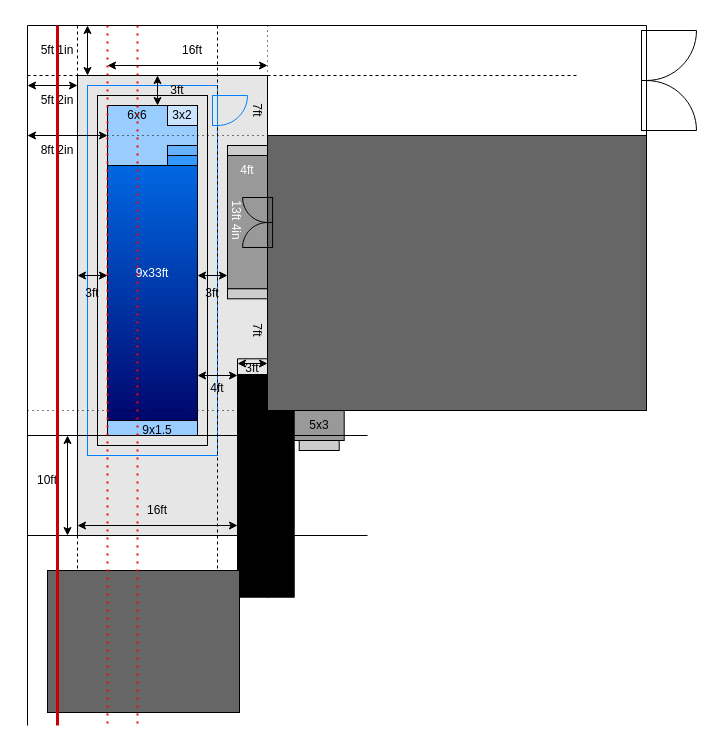
hikumealan/draw-io-diagrams keeps this draw.io diagram as PoolPlan.drawio. Above is the earlier version. Source tidied: cells renumbered, new cells numbered last; positions are measured from the earlier drawing's top-left corner, leaving out a move shared by most shapes. Both pictures are drawn from the tidied source at 100%, with x=0, y=0 at pixel (17, 25).
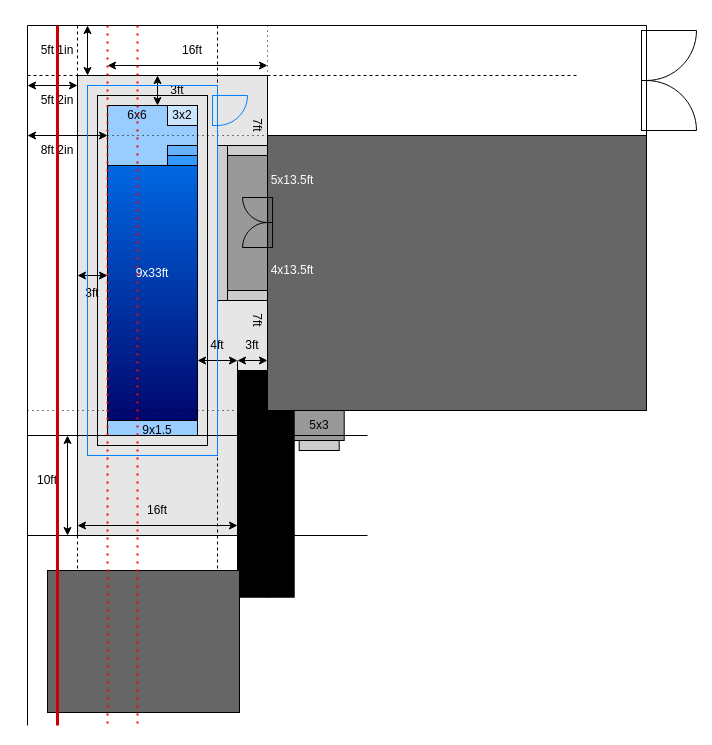
The same diagram, later.

Change to the diagram source:
```diff
@@
     <mxCell id="3" style="rounded=0;whiteSpace=wrap;html=1;fillColor=#999999;gradientColor=none;" parent="1" vertex="1">
-      <mxGeometry x="210" y="130" width="40" height="133.3" as="geometry" />
+      <mxGeometry x="210" y="130" width="40" height="135" as="geometry" />
     </mxCell>
     <mxCell id="4" style="rounded=0;whiteSpace=wrap;html=1;fillColor=#CCCCCC;gradientColor=none;" parent="1" vertex="1">
-      <mxGeometry x="210" y="263.3" width="40" height="10" as="geometry" />
+      <mxGeometry x="210" y="265" width="40" height="10" as="geometry" />
     </mxCell>
@@
-    <mxCell id="6" style="rounded=0;whiteSpace=wrap;html=1;fontColor=#FFFFFF;fillColor=none;gradientColor=none;strokeColor=#007FFF;" parent="1" vertex="1">
-      <mxGeometry x="70" y="60" width="130" height="370" as="geometry" />
-    </mxCell>
@@
-    <mxCell id="21" value="&lt;font color=&quot;#ffffff&quot;&gt;13ft 4in&lt;/font&gt;" style="text;html=1;strokeColor=none;fillColor=none;align=center;verticalAlign=middle;whiteSpace=wrap;rounded=0;rotation=90;" parent="1" vertex="1">
-      <mxGeometry x="189" y="180" width="60" height="30" as="geometry" />
-    </mxCell>
@@
     <mxCell id="23" style="endArrow=none;html=1;rounded=0;" parent="1" edge="1">
       <mxGeometry relative="1" as="geometry">
-        <mxPoint x="220" y="333.3" as="sourcePoint" />
-        <mxPoint x="250" y="333.3" as="targetPoint" />
+        <mxPoint x="220" y="345" as="sourcePoint" />
+        <mxPoint x="250" y="345" as="targetPoint" />
       </mxGeometry>
     </mxCell>
@@
     <mxCell id="25" style="endArrow=none;html=1;rounded=0;" parent="1" edge="1">
       <mxGeometry relative="1" as="geometry">
-        <mxPoint x="220" y="333.3" as="sourcePoint" />
+        <mxPoint x="220" y="335" as="sourcePoint" />
         <mxPoint x="220" y="510" as="targetPoint" />
       </mxGeometry>
     </mxCell>
     <mxCell id="26" value="7ft" style="text;html=1;strokeColor=none;fillColor=none;align=center;verticalAlign=middle;whiteSpace=wrap;rounded=0;rotation=90;" parent="1" vertex="1">
-      <mxGeometry x="210" y="70" width="60" height="30" as="geometry" />
+      <mxGeometry x="210" y="85" width="60" height="30" as="geometry" />
     </mxCell>
@@
     <mxCell id="42" style="rounded=0;whiteSpace=wrap;html=1;fontColor=#FFFFFF;strokeColor=#000000;fillColor=#000000;gradientColor=none;" parent="1" vertex="1">
-      <mxGeometry x="220" y="349" width="30" height="222.7" as="geometry" />
+      <mxGeometry x="220" y="345" width="30" height="226.7" as="geometry" />
     </mxCell>
@@
     <mxCell id="51" value="7ft" style="text;html=1;strokeColor=none;fillColor=none;align=center;verticalAlign=middle;whiteSpace=wrap;rounded=0;rotation=90;" parent="1" vertex="1">
-      <mxGeometry x="210" y="290" width="60" height="30" as="geometry" />
+      <mxGeometry x="210" y="280" width="60" height="30" as="geometry" />
     </mxCell>
-    <mxCell id="52" value="&lt;font color=&quot;#ffffff&quot;&gt;4ft&lt;/font&gt;" style="text;html=1;strokeColor=none;fillColor=none;align=center;verticalAlign=middle;whiteSpace=wrap;rounded=0;rotation=0;" parent="1" vertex="1">
-      <mxGeometry x="200" y="130" width="60" height="30" as="geometry" />
-    </mxCell>
@@
-    <mxCell id="60" style="endArrow=classic;startArrow=classic;html=1;rounded=0;fontColor=#FFFFFF;fontStyle=1;" parent="1" edge="1">
-      <mxGeometry relative="1" as="geometry">
-        <mxPoint x="180" y="250" as="sourcePoint" />
-        <mxPoint x="210" y="250" as="targetPoint" />
-      </mxGeometry>
-    </mxCell>
@@
-    <mxCell id="62" value="3ft" style="text;html=1;strokeColor=none;fillColor=none;align=center;verticalAlign=middle;whiteSpace=wrap;rounded=0;" parent="1" vertex="1">
-      <mxGeometry x="165" y="253.3" width="60" height="30" as="geometry" />
-    </mxCell>
@@
     <mxCell id="65" style="endArrow=classic;startArrow=classic;html=1;rounded=0;fontColor=#FFFFFF;fontStyle=1;" parent="1" edge="1">
       <mxGeometry relative="1" as="geometry">
-        <mxPoint x="180" y="350" as="sourcePoint" />
-        <mxPoint x="220" y="350" as="targetPoint" />
+        <mxPoint x="180" y="335" as="sourcePoint" />
+        <mxPoint x="220" y="335" as="targetPoint" />
       </mxGeometry>
     </mxCell>
     <mxCell id="66" value="4ft" style="text;html=1;strokeColor=none;fillColor=none;align=center;verticalAlign=middle;whiteSpace=wrap;rounded=0;" parent="1" vertex="1">
-      <mxGeometry x="170" y="348.3" width="60" height="30" as="geometry" />
+      <mxGeometry x="170" y="305" width="60" height="30" as="geometry" />
     </mxCell>
@@
     <mxCell id="69" style="endArrow=classic;startArrow=classic;html=1;rounded=0;fontColor=#FFFFFF;fontStyle=1;" parent="1" edge="1">
       <mxGeometry relative="1" as="geometry">
-        <mxPoint x="220" y="338" as="sourcePoint" />
-        <mxPoint x="250" y="338" as="targetPoint" />
+        <mxPoint x="220" y="335" as="sourcePoint" />
+        <mxPoint x="250" y="335" as="targetPoint" />
       </mxGeometry>
     </mxCell>
     <mxCell id="70" value="3ft" style="text;html=1;strokeColor=none;fillColor=none;align=center;verticalAlign=middle;whiteSpace=wrap;rounded=0;" parent="1" vertex="1">
-      <mxGeometry x="205" y="328.3" width="60" height="30" as="geometry" />
+      <mxGeometry x="205" y="305" width="60" height="30" as="geometry" />
     </mxCell>
@@
+    <mxCell id="74" style="rounded=0;whiteSpace=wrap;html=1;fillColor=#CCCCCC;gradientColor=none;" parent="1" vertex="1">
+      <mxGeometry x="200" y="120" width="10" height="155" as="geometry" />
+    </mxCell>
+    <mxCell id="52" value="&lt;font color=&quot;#ffffff&quot;&gt;5x13.5ft&lt;/font&gt;" style="text;html=1;strokeColor=none;fillColor=none;align=center;verticalAlign=middle;whiteSpace=wrap;rounded=0;rotation=0;" parent="1" vertex="1">
+      <mxGeometry x="245" y="140" width="60" height="30" as="geometry" />
+    </mxCell>
+    <mxCell id="6" style="rounded=0;whiteSpace=wrap;html=1;fontColor=#FFFFFF;fillColor=none;gradientColor=none;strokeColor=#007FFF;" parent="1" vertex="1">
+      <mxGeometry x="70" y="60" width="130" height="370" as="geometry" />
+    </mxCell>
+    <mxCell id="75" value="&lt;font color=&quot;#ffffff&quot;&gt;4x13.5ft&lt;/font&gt;" style="text;html=1;strokeColor=none;fillColor=none;align=center;verticalAlign=middle;whiteSpace=wrap;rounded=0;rotation=0;" parent="1" vertex="1">
+      <mxGeometry x="245" y="230" width="60" height="30" as="geometry" />
+    </mxCell>
```
